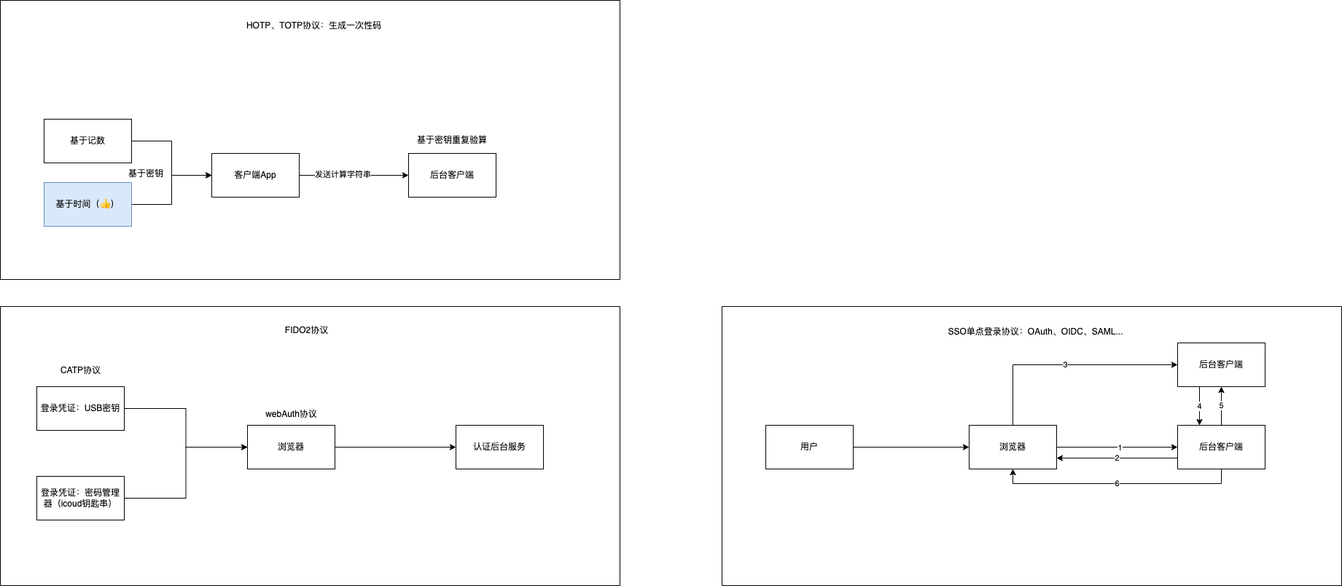
JYbill/draw keeps this draw.io diagram as IAM:协议总览.drawio.png. Above is the earlier version. Source tidied: cells renumbered, new cells last; positions are measured from the earlier drawing's top-left corner, leaving out a move shared by most shapes.
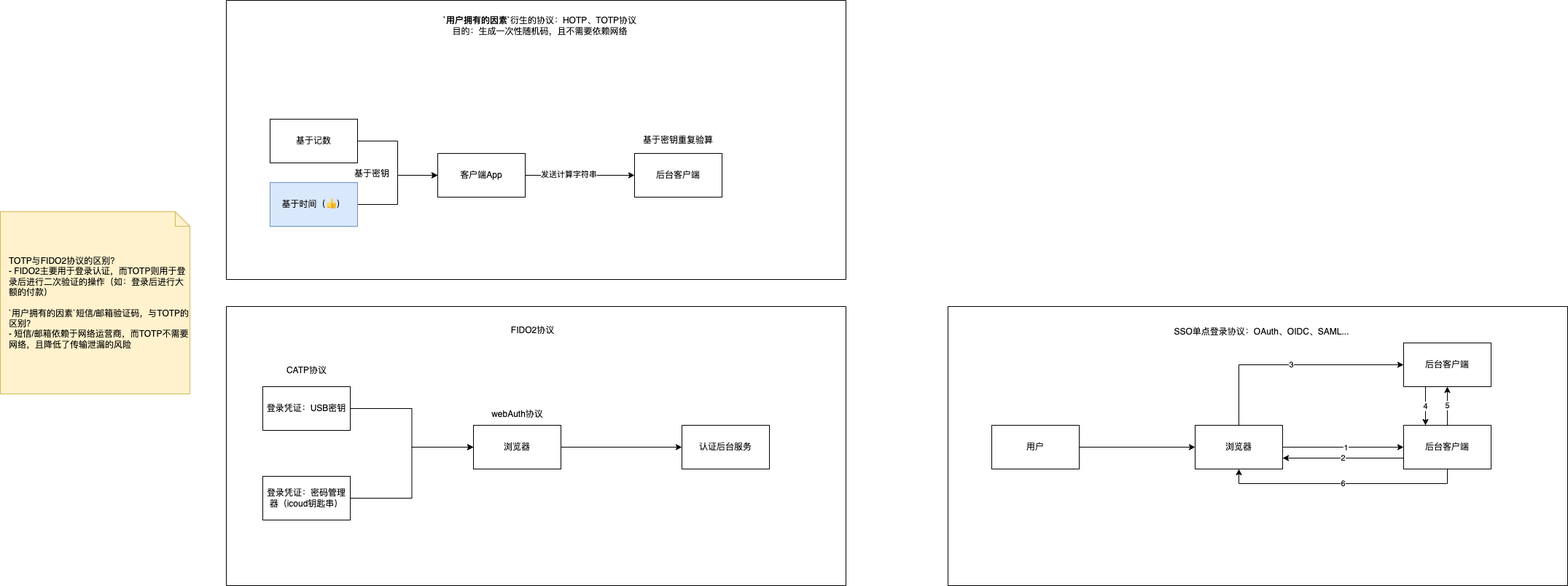
Above is the later version.

Commit message:
更新IAM:协议总览.drawio.png

The edit, as a diff of the source:
```diff
@@ -98,8 +98,8 @@
     <mxCell id="33" value="后台客户端" style="rounded=0;whiteSpace=wrap;html=1;" parent="27" vertex="1">
       <mxGeometry x="560" y="210" width="120" height="60" as="geometry" />
     </mxCell>
-    <mxCell id="34" value="HOTP、TOTP协议：生成一次性码" style="text;html=1;align=center;verticalAlign=middle;strokeColor=none;fillColor=none;" parent="27" vertex="1">
-      <mxGeometry x="325" y="20" width="210" height="30" as="geometry" />
+    <mxCell id="34" value="&lt;b&gt;`用户拥有的因素`&lt;/b&gt;衍生的协议：HOTP、TOTP协议&lt;br&gt;目的：生成一次性随机码，且不需要依赖网络" style="text;html=1;align=center;verticalAlign=middle;strokeColor=none;fillColor=none;" parent="27" vertex="1">
+      <mxGeometry x="285" y="15" width="290" height="40" as="geometry" />
     </mxCell>
     <mxCell id="35" style="edgeStyle=orthogonalEdgeStyle;rounded=0;jettySize=auto;html=1;exitX=1;exitY=0.5;exitDx=0;exitDy=0;" parent="27" edge="1" source="36" target="32">
       <mxGeometry relative="1" as="geometry" />
@@ -113,5 +113,8 @@
     <mxCell id="38" value="基于密钥重复验算" style="text;html=1;align=center;verticalAlign=middle;whiteSpace=wrap;rounded=0;" parent="27" vertex="1">
       <mxGeometry x="565" y="176.5" width="110" height="30" as="geometry" />
     </mxCell>
+    <mxCell id="39" value="TOTP与FIDO2协议的区别？&lt;br&gt;- FIDO2主要用于登录认证，而TOTP则用于登录后进行二次验证的操作（如：登录后进行大额的付款）&lt;br&gt;&lt;br&gt;`用户拥有的因素`短信/邮箱验证码，与TOTP的区别？&lt;br&gt;- 短信/邮箱依赖于网络运营商，而TOTP不需要网络，且降低了传输泄漏的风险" style="shape=note;size=20;whiteSpace=wrap;html=1;fillColor=#fff2cc;strokeColor=#d6b656;align=left;spacingLeft=10;" parent="1" vertex="1">
+      <mxGeometry x="-310" y="290" width="260" height="250" as="geometry" />
+    </mxCell>
   </root>
 </mxGraphModel>
```
